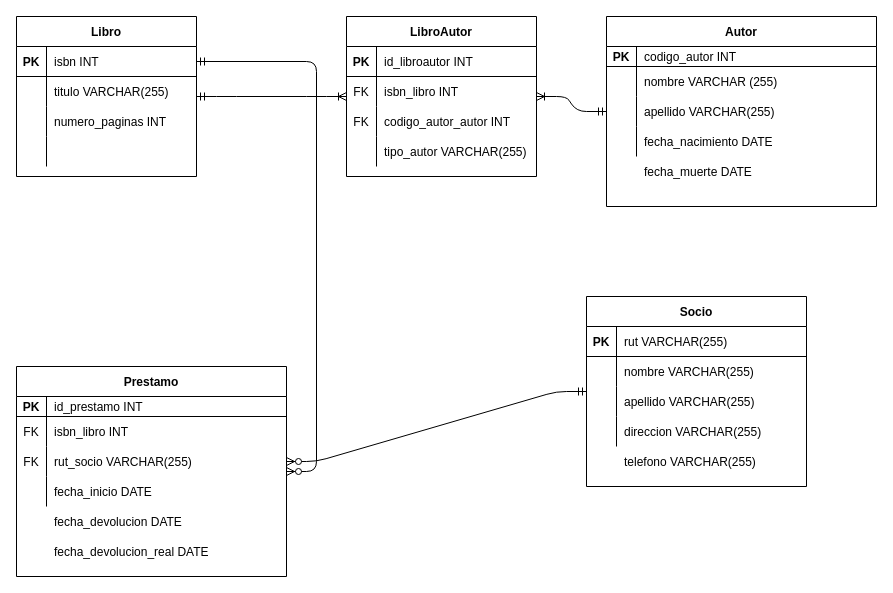
Before: Biblioteca/ModeloFisico.drawio in krostyle/db-postgres-ecamp, a draw.io diagram. Source tidied: cells renumbered, new cells numbered last; positions are measured from the earlier drawing's top-left corner, leaving out a move shared by most shapes. Both pictures are drawn from the tidied source at 100%, with x=0, y=0 at pixel (16, 16).
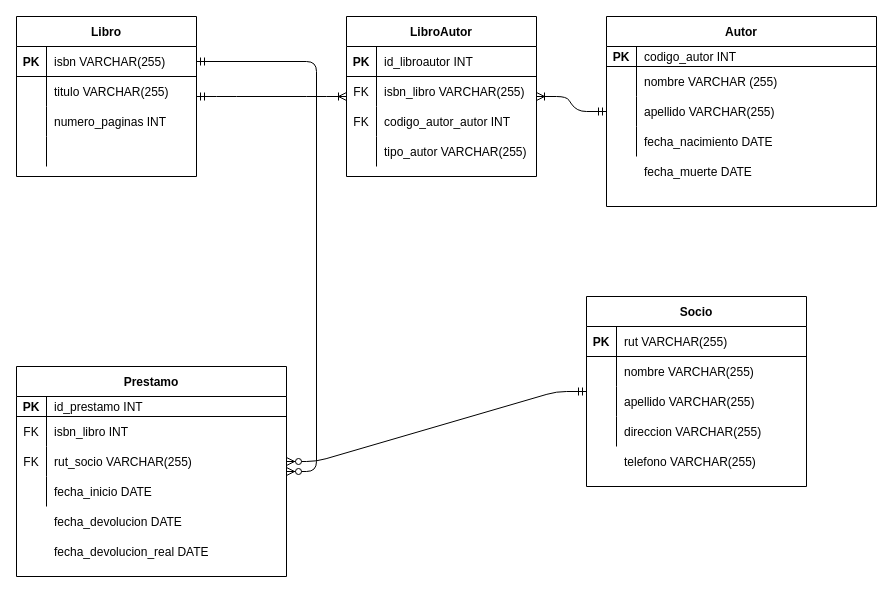
The same page after the edit.

The change refers to these unchanged cells:
```xml
<mxCell id="3" style="shape=partialRectangle;fillColor=none;top=0;left=0;bottom=1;right=0;points=[[0,0.5],[1,0.5]];portConstraint=eastwest;" parent="2" vertex="1">
  <mxGeometry y="30" width="180" height="30" as="geometry" />
</mxCell>
<mxCell id="19" style="shape=partialRectangle;fillColor=none;top=0;left=0;bottom=0;right=0;" parent="15" vertex="1">
  <mxGeometry y="60" width="190" height="30" as="geometry" />
</mxCell>
```

What changed in the source:
```diff
@@
-    <mxCell id="5" value="isbn INT" style="shape=partialRectangle;fillColor=none;top=0;left=0;bottom=0;right=0;align=left;spacingLeft=6;fontStyle=0;overflow=hidden;" parent="3" vertex="1">
+    <mxCell id="5" value="isbn VARCHAR(255)" style="shape=partialRectangle;fillColor=none;top=0;left=0;bottom=0;right=0;align=left;spacingLeft=6;fontStyle=0;overflow=hidden;" parent="3" vertex="1">
       <mxGeometry x="30" width="150" height="30" as="geometry" />
     </mxCell>
@@
-    <mxCell id="21" value="isbn_libro INT" style="shape=partialRectangle;fillColor=none;top=0;left=0;bottom=0;right=0;align=left;spacingLeft=6;overflow=hidden;" parent="19" vertex="1">
+    <mxCell id="21" value="isbn_libro VARCHAR(255)" style="shape=partialRectangle;fillColor=none;top=0;left=0;bottom=0;right=0;align=left;spacingLeft=6;overflow=hidden;" parent="19" vertex="1">
       <mxGeometry x="30" width="160" height="30" as="geometry" />
     </mxCell>
```
